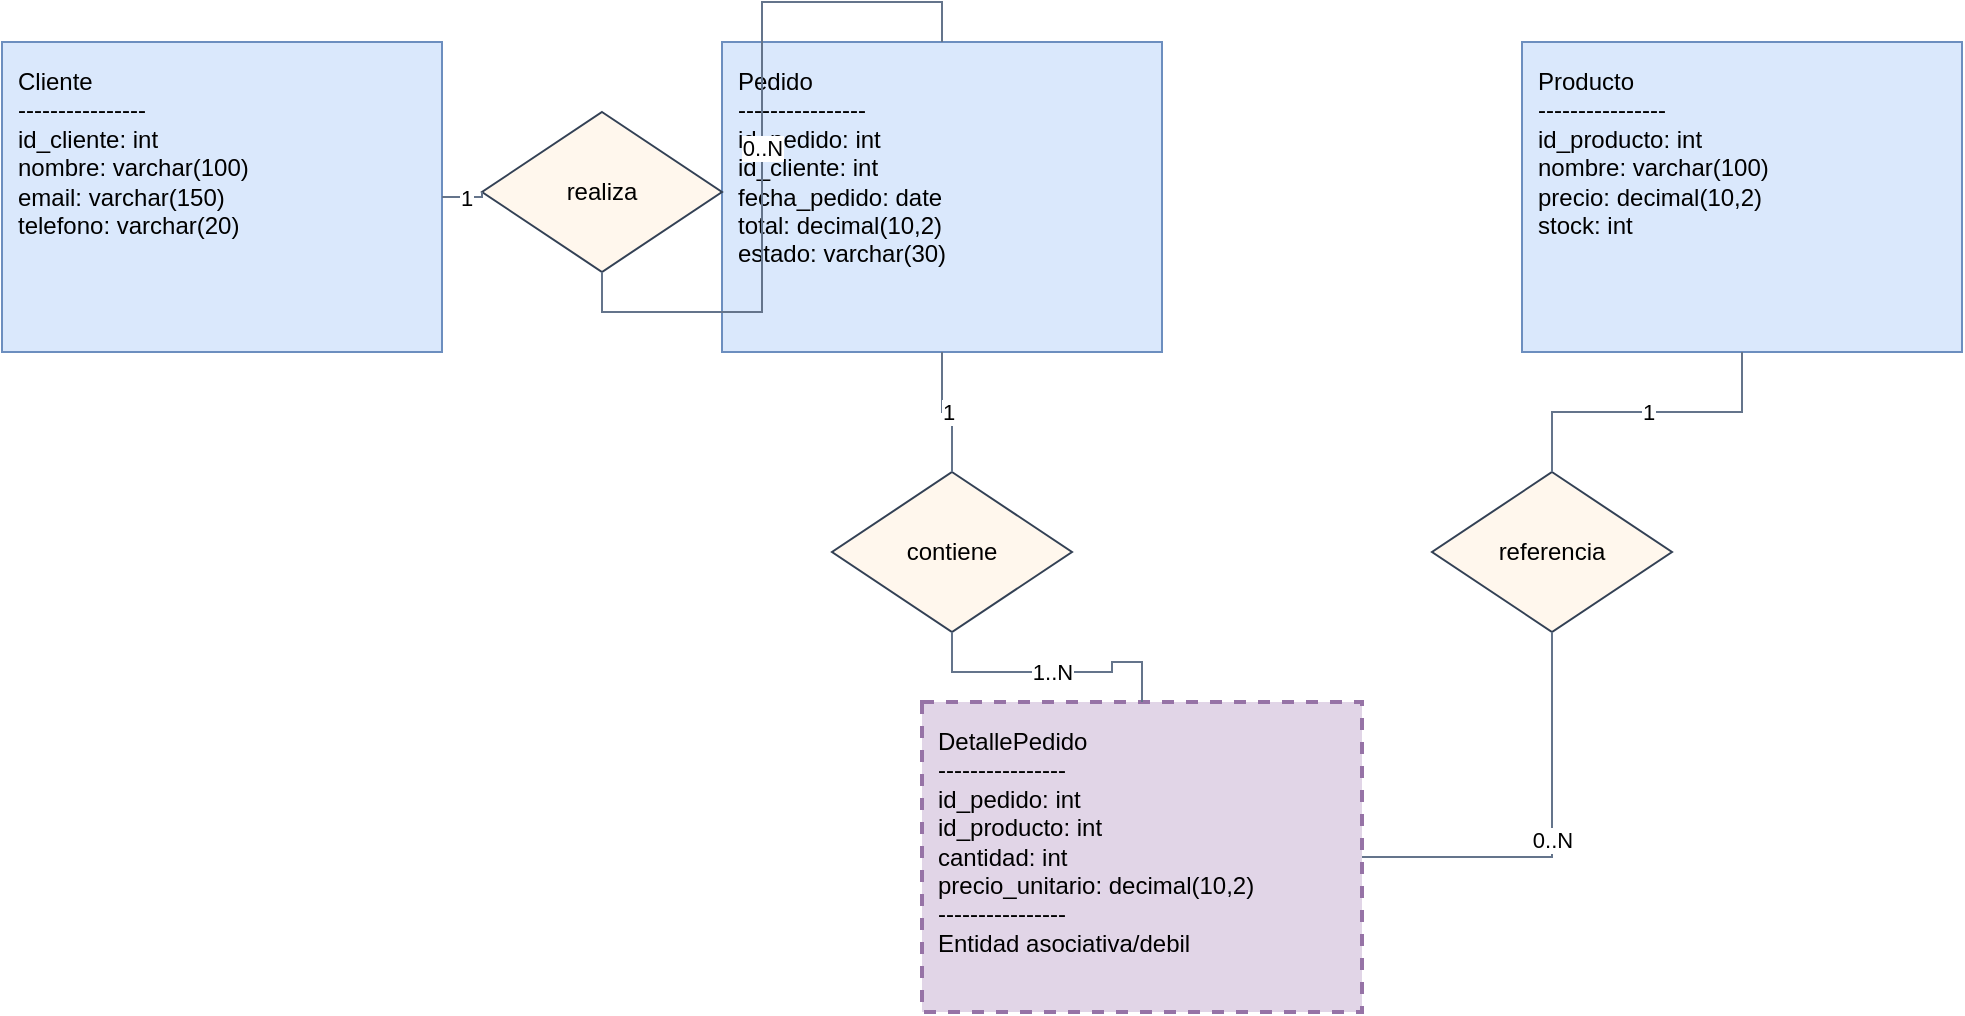
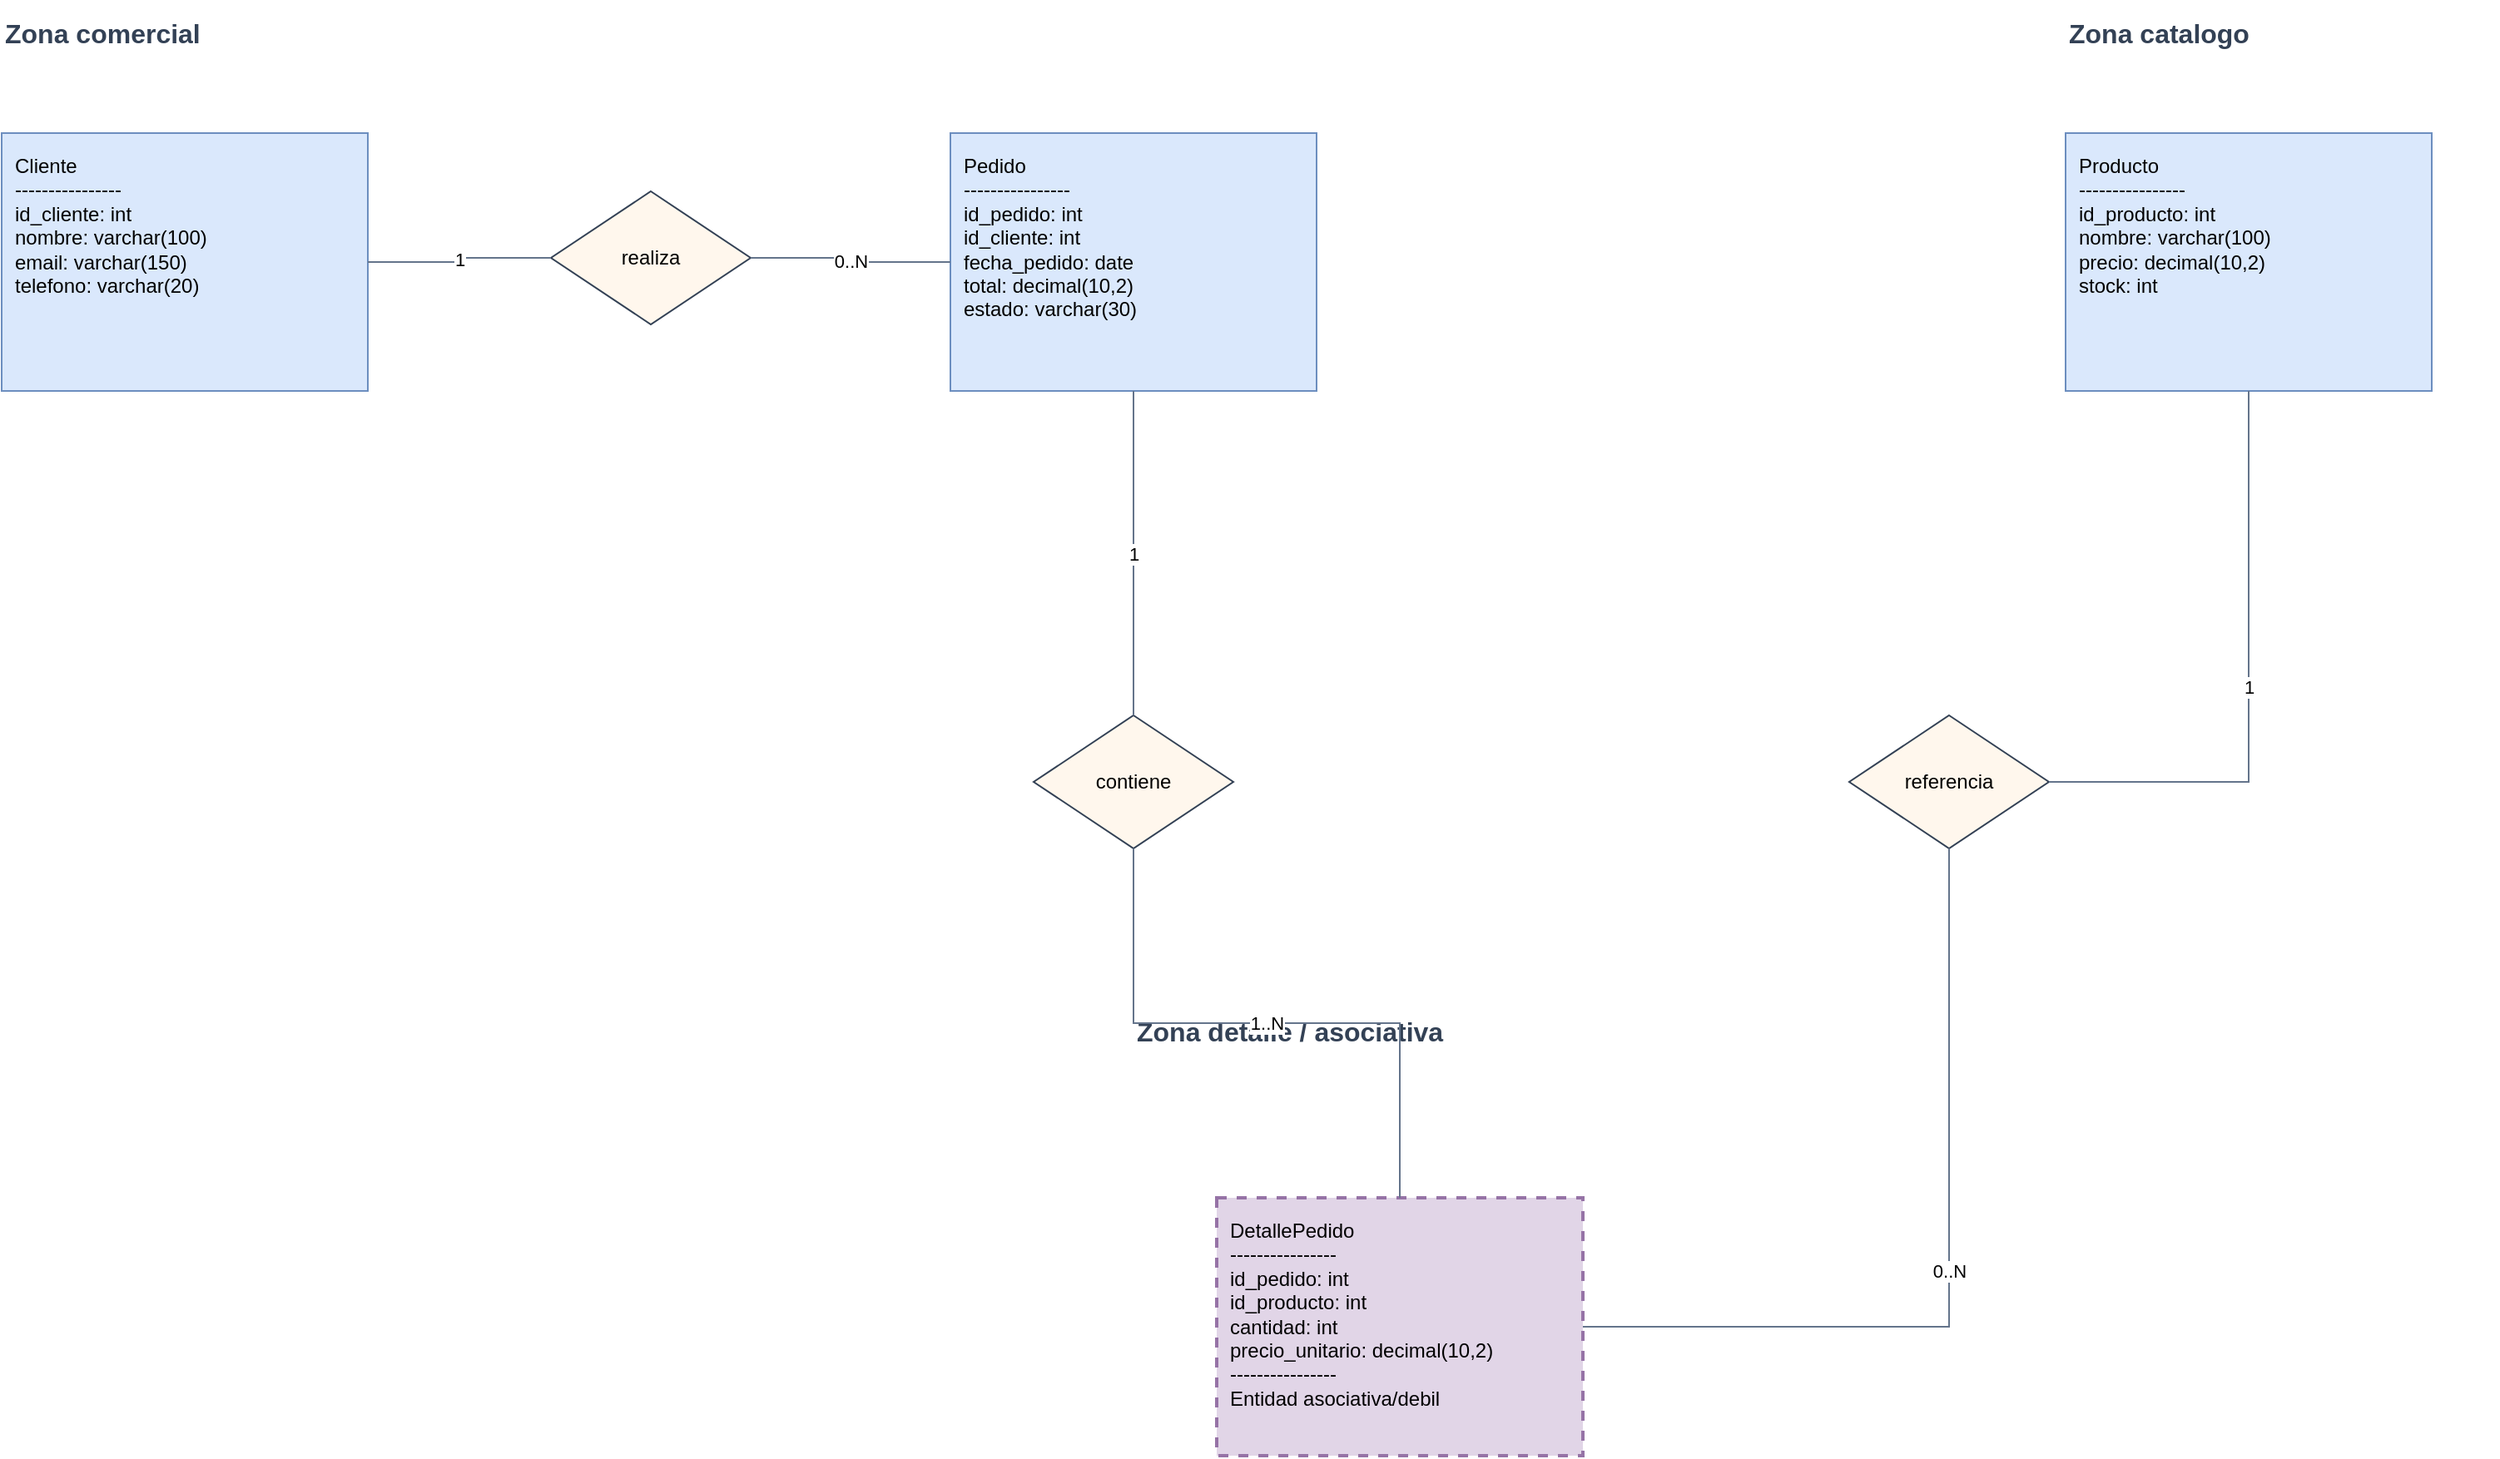
<?xml version='1.0' encoding='utf-8'?>
<mxfile host="app.diagrams.net" agent="drawio-mer-skill" version="24.7.17">
  <diagram id="mere_ejemplo" name="MERE">
-     <mxGraphModel dx="1200" dy="900" grid="1" gridSize="10" guides="1" tooltips="1" connect="1" arrows="1" fold="1" page="1" pageScale="1" pageWidth="1100" pageHeight="850" math="0" shadow="0">
+     <mxGraphModel dx="1200" dy="900" grid="1" gridSize="10" guides="1" tooltips="1" connect="1" arrows="1" fold="1" page="1" pageScale="1" pageWidth="2400" pageHeight="1600" math="0" shadow="0">
      <root>
        <mxCell id="0" />
        <mxCell id="1" parent="0" />
+         <mxCell id="zone_comercial" value="Zona comercial" style="text;html=1;strokeColor=none;fillColor=none;align=left;verticalAlign=middle;whiteSpace=wrap;rounded=0;fontSize=16;fontStyle=1;fontColor=#334155;" vertex="1" parent="1">
+           <mxGeometry x="80" y="40" width="260" height="40" as="geometry" />
+         </mxCell>
+         <mxCell id="zone_catalogo" value="Zona catalogo" style="text;html=1;strokeColor=none;fillColor=none;align=left;verticalAlign=middle;whiteSpace=wrap;rounded=0;fontSize=16;fontStyle=1;fontColor=#334155;" vertex="1" parent="1">
+           <mxGeometry x="1320" y="40" width="260" height="40" as="geometry" />
+         </mxCell>
+         <mxCell id="zone_detalle" value="Zona detalle / asociativa" style="text;html=1;strokeColor=none;fillColor=none;align=left;verticalAlign=middle;whiteSpace=wrap;rounded=0;fontSize=16;fontStyle=1;fontColor=#334155;" vertex="1" parent="1">
+           <mxGeometry x="760" y="640" width="260" height="40" as="geometry" />
+         </mxCell>
        <mxCell id="entity_cliente" value="Cliente&lt;br&gt;----------------&lt;br&gt;id_cliente: int&lt;br&gt;nombre: varchar(100)&lt;br&gt;email: varchar(150)&lt;br&gt;telefono: varchar(20)" style="rounded=0;whiteSpace=wrap;html=1;align=left;verticalAlign=top;spacing=8;fontSize=12;strokeColor=#6c8ebf;fillColor=#dae8fc;" vertex="1" parent="1">
-           <mxGeometry x="60" y="90" width="220" height="155" as="geometry" />
+           <mxGeometry x="80" y="120" width="220" height="155" as="geometry" />
        </mxCell>
        <mxCell id="entity_pedido" value="Pedido&lt;br&gt;----------------&lt;br&gt;id_pedido: int&lt;br&gt;id_cliente: int&lt;br&gt;fecha_pedido: date&lt;br&gt;total: decimal(10,2)&lt;br&gt;estado: varchar(30)" style="rounded=0;whiteSpace=wrap;html=1;align=left;verticalAlign=top;spacing=8;fontSize=12;strokeColor=#6c8ebf;fillColor=#dae8fc;" vertex="1" parent="1">
-           <mxGeometry x="420" y="90" width="220" height="155" as="geometry" />
+           <mxGeometry x="650" y="120" width="220" height="155" as="geometry" />
        </mxCell>
        <mxCell id="entity_producto" value="Producto&lt;br&gt;----------------&lt;br&gt;id_producto: int&lt;br&gt;nombre: varchar(100)&lt;br&gt;precio: decimal(10,2)&lt;br&gt;stock: int" style="rounded=0;whiteSpace=wrap;html=1;align=left;verticalAlign=top;spacing=8;fontSize=12;strokeColor=#6c8ebf;fillColor=#dae8fc;" vertex="1" parent="1">
-           <mxGeometry x="820" y="90" width="220" height="155" as="geometry" />
+           <mxGeometry x="1320" y="120" width="220" height="155" as="geometry" />
        </mxCell>
        <mxCell id="entity_detalle_pedido" value="DetallePedido&lt;br&gt;----------------&lt;br&gt;id_pedido: int&lt;br&gt;id_producto: int&lt;br&gt;cantidad: int&lt;br&gt;precio_unitario: decimal(10,2)&lt;br&gt;----------------&lt;br&gt;Entidad asociativa/debil" style="rounded=0;whiteSpace=wrap;html=1;align=left;verticalAlign=top;spacing=8;fontSize=12;strokeColor=#9673a6;fillColor=#e1d5e7;strokeWidth=2;dashed=1;" vertex="1" parent="1">
-           <mxGeometry x="520" y="420" width="220" height="155" as="geometry" />
+           <mxGeometry x="810" y="760" width="220" height="155" as="geometry" />
        </mxCell>
        <mxCell id="rel_realiza" value="realiza" style="rhombus;whiteSpace=wrap;html=1;align=center;verticalAlign=middle;fontSize=12;strokeColor=#334155;fillColor=#fff7ed;" vertex="1" parent="1">
-           <mxGeometry x="300" y="125" width="120" height="80" as="geometry" />
+           <mxGeometry x="410" y="155" width="120" height="80" as="geometry" />
        </mxCell>
        <mxCell id="rel_contiene" value="contiene" style="rhombus;whiteSpace=wrap;html=1;align=center;verticalAlign=middle;fontSize=12;strokeColor=#334155;fillColor=#fff7ed;" vertex="1" parent="1">
-           <mxGeometry x="475" y="305" width="120" height="80" as="geometry" />
+           <mxGeometry x="700" y="470" width="120" height="80" as="geometry" />
        </mxCell>
        <mxCell id="rel_referencia" value="referencia" style="rhombus;whiteSpace=wrap;html=1;align=center;verticalAlign=middle;fontSize=12;strokeColor=#334155;fillColor=#fff7ed;" vertex="1" parent="1">
-           <mxGeometry x="775" y="305" width="120" height="80" as="geometry" />
+           <mxGeometry x="1190" y="470" width="120" height="80" as="geometry" />
        </mxCell>
        <mxCell id="edge_cliente_realiza" value="1" style="edgeStyle=orthogonalEdgeStyle;rounded=0;orthogonalLoop=1;jettySize=auto;html=1;endArrow=none;endFill=0;strokeColor=#64748b;fontSize=11;" edge="1" parent="1" source="entity_cliente" target="rel_realiza">
          <mxGeometry relative="1" as="geometry" />
        </mxCell>
        <mxCell id="edge_realiza_pedido" value="0..N" style="edgeStyle=orthogonalEdgeStyle;rounded=0;orthogonalLoop=1;jettySize=auto;html=1;endArrow=none;endFill=0;strokeColor=#64748b;fontSize=11;" edge="1" parent="1" source="rel_realiza" target="entity_pedido">
          <mxGeometry relative="1" as="geometry" />
        </mxCell>
        <mxCell id="edge_pedido_contiene" value="1" style="edgeStyle=orthogonalEdgeStyle;rounded=0;orthogonalLoop=1;jettySize=auto;html=1;endArrow=none;endFill=0;strokeColor=#64748b;fontSize=11;" edge="1" parent="1" source="entity_pedido" target="rel_contiene">
          <mxGeometry relative="1" as="geometry" />
        </mxCell>
        <mxCell id="edge_contiene_detalle" value="1..N" style="edgeStyle=orthogonalEdgeStyle;rounded=0;orthogonalLoop=1;jettySize=auto;html=1;endArrow=none;endFill=0;strokeColor=#64748b;fontSize=11;" edge="1" parent="1" source="rel_contiene" target="entity_detalle_pedido">
          <mxGeometry relative="1" as="geometry" />
        </mxCell>
        <mxCell id="edge_detalle_referencia" value="0..N" style="edgeStyle=orthogonalEdgeStyle;rounded=0;orthogonalLoop=1;jettySize=auto;html=1;endArrow=none;endFill=0;strokeColor=#64748b;fontSize=11;" edge="1" parent="1" source="entity_detalle_pedido" target="rel_referencia">
          <mxGeometry relative="1" as="geometry" />
        </mxCell>
        <mxCell id="edge_referencia_producto" value="1" style="edgeStyle=orthogonalEdgeStyle;rounded=0;orthogonalLoop=1;jettySize=auto;html=1;endArrow=none;endFill=0;strokeColor=#64748b;fontSize=11;" edge="1" parent="1" source="rel_referencia" target="entity_producto">
          <mxGeometry relative="1" as="geometry" />
        </mxCell>
      </root>
    </mxGraphModel>
  </diagram>
</mxfile>